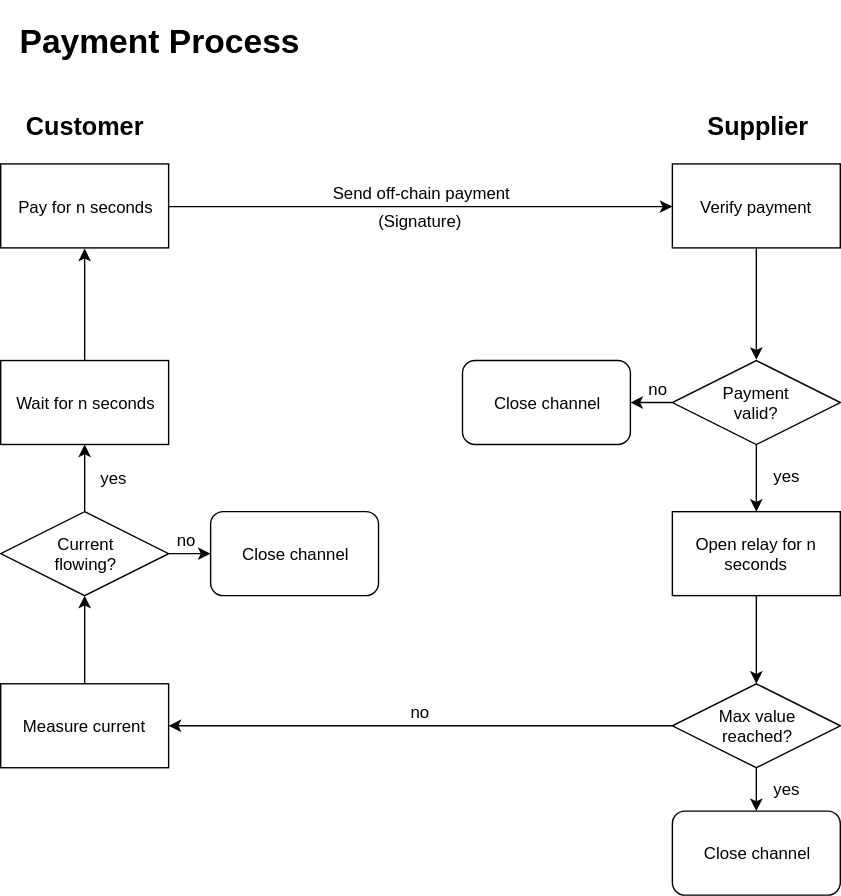
gretzke/Blockchain-Based-Smart-Outlet keeps this draw.io diagram as flowcharts/Plug-Socket-payment_process.svg. Above is the earlier version. Source tidied: cells renumbered, new cells last; positions are measured from the earlier drawing's top-left corner, leaving out a move shared by most shapes.
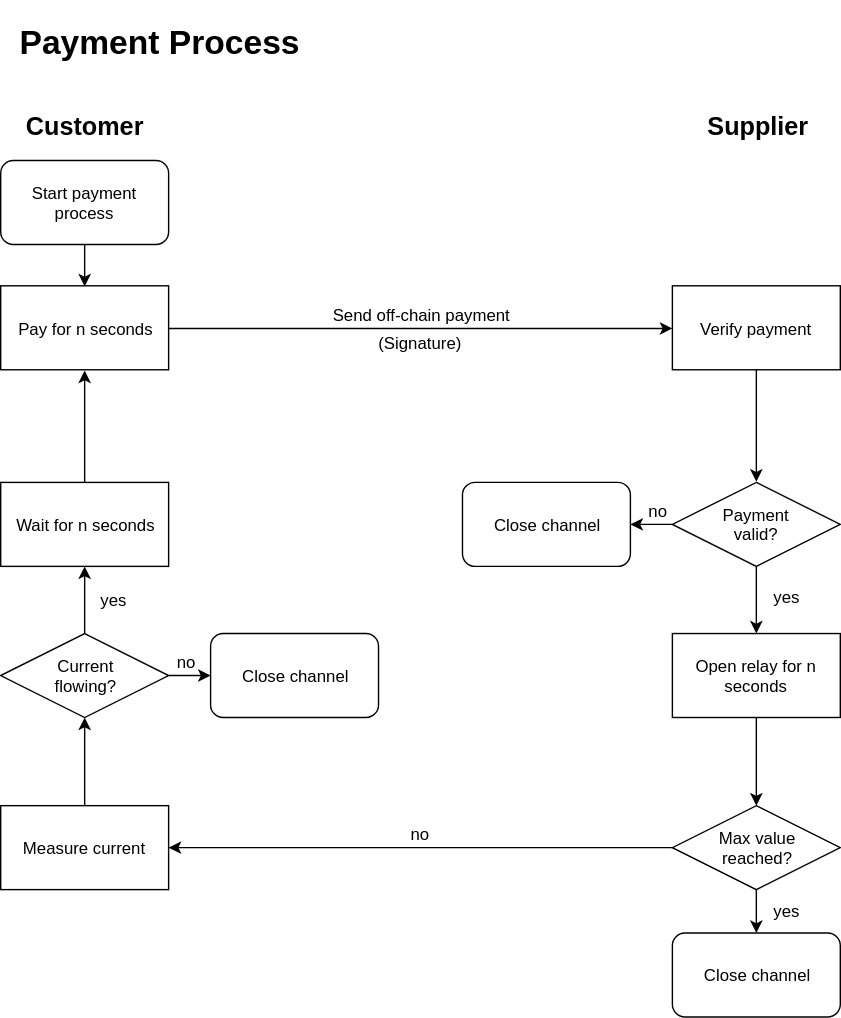
After the commit.

The edit, as a diff of the source:
```diff
@@ -32,10 +32,10 @@
       <mxGeometry x="280" y="127.5" width="40" height="20" as="geometry" />
     </mxCell>
     <mxCell id="11" value="&lt;b&gt;&lt;font style=&quot;font-size: 18px&quot;&gt;Customer&lt;/font&gt;&lt;/b&gt;&lt;br&gt;" style="text;html=1;strokeColor=none;fillColor=none;align=center;verticalAlign=middle;whiteSpace=wrap;rounded=0;" parent="1" vertex="1">
-      <mxGeometry x="40" y="60" width="40" height="20" as="geometry" />
+      <mxGeometry x="40" y="-27" width="40" height="20" as="geometry" />
     </mxCell>
     <mxCell id="12" value="&lt;h1&gt;Payment Process&lt;/h1&gt;" style="text;html=1;strokeColor=none;fillColor=none;align=center;verticalAlign=middle;whiteSpace=wrap;rounded=0;" parent="1" vertex="1">
-      <mxGeometry width="226" height="20" as="geometry" />
+      <mxGeometry y="-87" width="226" height="20" as="geometry" />
     </mxCell>
     <mxCell id="13" style="edgeStyle=orthogonalEdgeStyle;rounded=0;jettySize=auto;html=1;entryX=0.5;entryY=0;entryDx=0;entryDy=0;strokeColor=#000000;" parent="1" edge="1" source="15" target="17">
       <mxGeometry relative="1" as="geometry" />
@@ -101,7 +101,13 @@
       <mxGeometry x="450" y="248" width="40" height="20" as="geometry" />
     </mxCell>
     <mxCell id="34" value="&lt;b&gt;&lt;font style=&quot;font-size: 18px&quot;&gt;Supplier&lt;/font&gt;&lt;/b&gt;&lt;br&gt;" style="text;html=1;strokeColor=none;fillColor=none;align=center;verticalAlign=middle;whiteSpace=wrap;rounded=0;" parent="1" vertex="1">
-      <mxGeometry x="521" y="60" width="40" height="20" as="geometry" />
+      <mxGeometry x="521" y="-27" width="40" height="20" as="geometry" />
     </mxCell>
+    <mxCell id="35" style="edgeStyle=orthogonalEdgeStyle;rounded=0;jettySize=auto;html=1;exitX=0.5;exitY=1;exitDx=0;exitDy=0;entryX=0.5;entryY=0;entryDx=0;entryDy=0;" parent="1" edge="1" source="36" target="3">
+      <mxGeometry relative="1" as="geometry" />
+    </mxCell>
+    <mxCell id="36" value="Start payment process&lt;br&gt;" style="rounded=1;whiteSpace=wrap;html=1;" parent="1" vertex="1">
+      <mxGeometry y="8" width="120" height="60" as="geometry" />
+    </mxCell>
   </root>
 </mxGraphModel>
```
